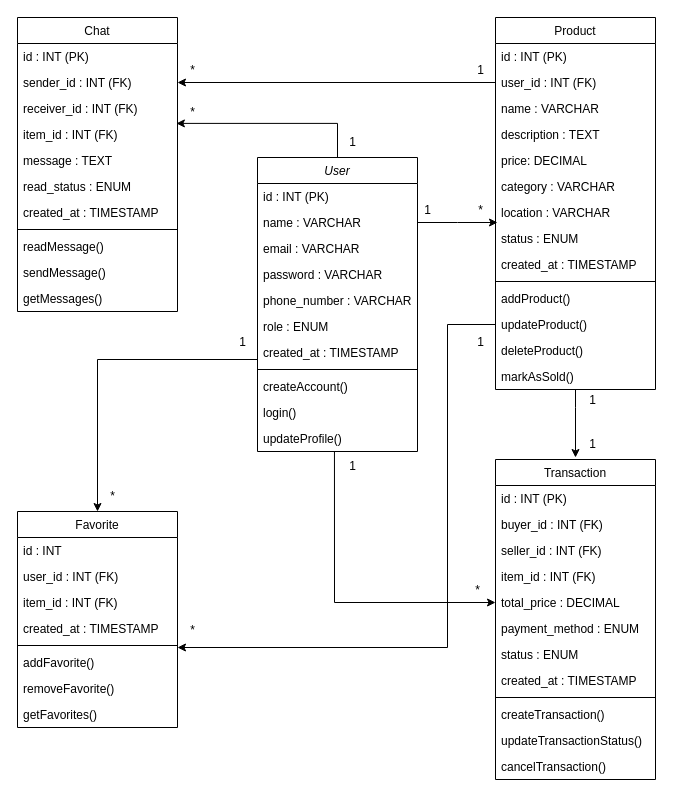
Earlier version of the draw.io diagram Untitled Diagram.drawio (Al1en131/Note-App). Source tidied: cells renumbered, new cells numbered last; positions are measured from the earlier drawing's top-left corner, leaving out a move shared by most shapes. Both pictures are drawn from the tidied source at 100%, with x=0, y=0 at pixel (17, 17).
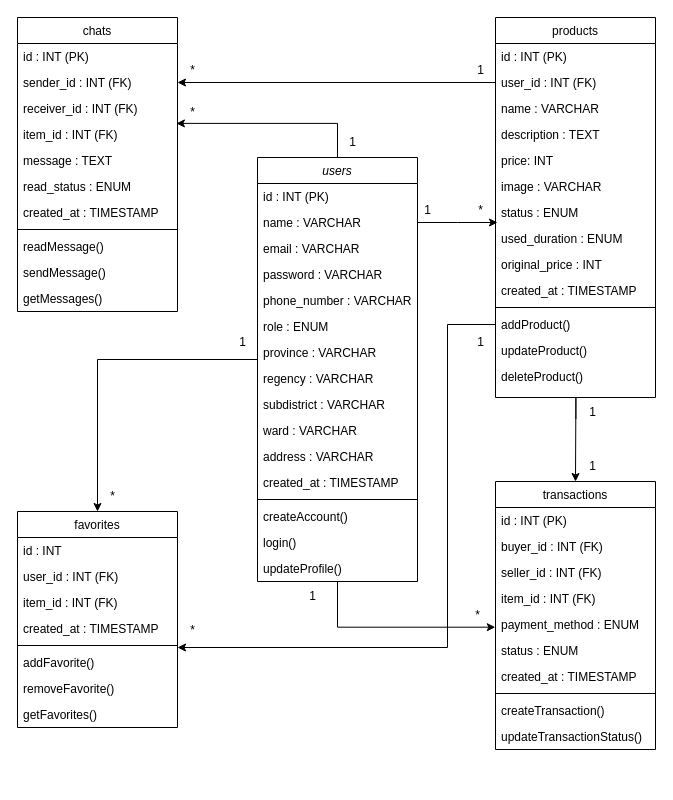
After the change.

What changed in the source:
```diff
@@
-    <mxCell id="2" value="User" style="swimlane;fontStyle=2;align=center;verticalAlign=top;horizontal=1;startSize=26;rounded=0;shadow=0;strokeWidth=1;" parent="1" vertex="1">
-      <mxGeometry x="240" y="140" width="160" height="294" as="geometry" />
+    <mxCell id="2" value="users" style="swimlane;fontStyle=2;align=center;verticalAlign=top;horizontal=1;startSize=26;rounded=0;shadow=0;strokeWidth=1;" parent="1" vertex="1">
+      <mxGeometry x="240" y="140" width="160" height="424" as="geometry" />
     </mxCell>
@@
+    <mxCell id="85" value="province : VARCHAR" style="text;align=left;verticalAlign=top;spacingLeft=4;spacingRight=4;overflow=hidden;rounded=0;shadow=0;html=0;" parent="2" vertex="1">
+      <mxGeometry y="182" width="160" height="26" as="geometry" />
+    </mxCell>
+    <mxCell id="86" value="regency : VARCHAR" style="text;align=left;verticalAlign=top;spacingLeft=4;spacingRight=4;overflow=hidden;rounded=0;shadow=0;html=0;" parent="2" vertex="1">
+      <mxGeometry y="208" width="160" height="26" as="geometry" />
+    </mxCell>
+    <mxCell id="87" value="subdistrict : VARCHAR" style="text;align=left;verticalAlign=top;spacingLeft=4;spacingRight=4;overflow=hidden;rounded=0;shadow=0;html=0;" parent="2" vertex="1">
+      <mxGeometry y="234" width="160" height="26" as="geometry" />
+    </mxCell>
+    <mxCell id="88" value="ward : VARCHAR" style="text;align=left;verticalAlign=top;spacingLeft=4;spacingRight=4;overflow=hidden;rounded=0;shadow=0;html=0;" parent="2" vertex="1">
+      <mxGeometry y="260" width="160" height="26" as="geometry" />
+    </mxCell>
+    <mxCell id="89" value="address : VARCHAR" style="text;align=left;verticalAlign=top;spacingLeft=4;spacingRight=4;overflow=hidden;rounded=0;shadow=0;html=0;" parent="2" vertex="1">
+      <mxGeometry y="286" width="160" height="26" as="geometry" />
+    </mxCell>
     <mxCell id="9" value="created_at : TIMESTAMP" style="text;align=left;verticalAlign=top;spacingLeft=4;spacingRight=4;overflow=hidden;rounded=0;shadow=0;html=0;" parent="2" vertex="1">
-      <mxGeometry y="182" width="160" height="26" as="geometry" />
+      <mxGeometry y="312" width="160" height="26" as="geometry" />
     </mxCell>
     <mxCell id="10" style="line;html=1;strokeWidth=1;align=left;verticalAlign=middle;spacingTop=-1;spacingLeft=3;spacingRight=3;labelPosition=right;" parent="2" vertex="1">
-      <mxGeometry y="208" width="160" height="8" as="geometry" />
+      <mxGeometry y="338" width="160" height="8" as="geometry" />
     </mxCell>
     <mxCell id="11" value="createAccount()" style="text;align=left;verticalAlign=top;spacingLeft=4;spacingRight=4;overflow=hidden;" parent="2" vertex="1">
-      <mxGeometry y="216" width="160" height="26" as="geometry" />
+      <mxGeometry y="346" width="160" height="26" as="geometry" />
     </mxCell>
     <mxCell id="12" value="login()" style="text;align=left;verticalAlign=top;spacingLeft=4;spacingRight=4;overflow=hidden;" parent="2" vertex="1">
-      <mxGeometry y="242" width="160" height="26" as="geometry" />
+      <mxGeometry y="372" width="160" height="26" as="geometry" />
     </mxCell>
     <mxCell id="13" value="updateProfile()" style="text;align=left;verticalAlign=top;spacingLeft=4;spacingRight=4;overflow=hidden;points=[[0,0.5],[1,0.5]];portConstraint=eastwest;" parent="2" vertex="1">
-      <mxGeometry y="268" width="160" height="26" as="geometry" />
+      <mxGeometry y="398" width="160" height="26" as="geometry" />
     </mxCell>
-    <mxCell id="14" value="Favorite" style="swimlane;fontStyle=0;align=center;verticalAlign=top;horizontal=1;startSize=26;rounded=0;shadow=0;strokeWidth=1;" parent="1" vertex="1">
+    <mxCell id="14" value="favorites" style="swimlane;fontStyle=0;align=center;verticalAlign=top;horizontal=1;startSize=26;rounded=0;shadow=0;strokeWidth=1;" parent="1" vertex="1">
       <mxGeometry y="494" width="160" height="216" as="geometry" />
     </mxCell>
@@
-    <mxCell id="23" value="Chat" style="swimlane;fontStyle=0;align=center;verticalAlign=top;horizontal=1;startSize=26;rounded=0;shadow=0;strokeWidth=1;" parent="1" vertex="1">
+    <mxCell id="23" value="chats" style="swimlane;fontStyle=0;align=center;verticalAlign=top;horizontal=1;startSize=26;rounded=0;shadow=0;strokeWidth=1;" parent="1" vertex="1">
       <mxGeometry width="160" height="294" as="geometry" />
     </mxCell>
@@
-    <mxCell id="35" style="edgeStyle=orthogonalEdgeStyle;rounded=0;jettySize=auto;html=1;exitX=0.5;exitY=1;exitDx=0;exitDy=0;" parent="1" edge="1" source="36">
-      <mxGeometry relative="1" as="geometry">
-        <mxPoint x="558" y="371.8" as="targetPoint" />
-      </mxGeometry>
-    </mxCell>
-    <mxCell id="36" value="Product" style="swimlane;fontStyle=0;align=center;verticalAlign=top;horizontal=1;startSize=26;rounded=0;shadow=0;strokeWidth=1;" parent="1" vertex="1">
-      <mxGeometry x="478" width="160" height="372" as="geometry" />
+    <mxCell id="36" value="products" style="swimlane;fontStyle=0;align=center;verticalAlign=top;horizontal=1;startSize=26;rounded=0;shadow=0;strokeWidth=1;" parent="1" vertex="1">
+      <mxGeometry x="478" width="160" height="380" as="geometry" />
     </mxCell>
@@
-    <mxCell id="41" value="price: DECIMAL" style="text;align=left;verticalAlign=top;spacingLeft=4;spacingRight=4;overflow=hidden;rounded=0;shadow=0;html=0;" parent="36" vertex="1">
+    <mxCell id="41" value="price: INT" style="text;align=left;verticalAlign=top;spacingLeft=4;spacingRight=4;overflow=hidden;rounded=0;shadow=0;html=0;" parent="36" vertex="1">
       <mxGeometry y="130" width="160" height="26" as="geometry" />
     </mxCell>
-    <mxCell id="42" value="category : VARCHAR" style="text;align=left;verticalAlign=top;spacingLeft=4;spacingRight=4;overflow=hidden;rounded=0;shadow=0;html=0;" parent="36" vertex="1">
-      <mxGeometry y="156" width="160" height="26" as="geometry" />
-    </mxCell>
-    <mxCell id="43" value="location : VARCHAR" style="text;align=left;verticalAlign=top;spacingLeft=4;spacingRight=4;overflow=hidden;rounded=0;shadow=0;html=0;" parent="36" vertex="1">
-      <mxGeometry y="182" width="160" height="26" as="geometry" />
+    <mxCell id="43" value="image : VARCHAR" style="text;align=left;verticalAlign=top;spacingLeft=4;spacingRight=4;overflow=hidden;rounded=0;shadow=0;html=0;" parent="36" vertex="1">
+      <mxGeometry y="156" width="160" height="26" as="geometry" />
     </mxCell>
     <mxCell id="44" value="status : ENUM" style="text;align=left;verticalAlign=top;spacingLeft=4;spacingRight=4;overflow=hidden;rounded=0;shadow=0;html=0;" parent="36" vertex="1">
-      <mxGeometry y="208" width="160" height="26" as="geometry" />
+      <mxGeometry y="182" width="160" height="26" as="geometry" />
     </mxCell>
+    <mxCell id="90" value="used_duration : ENUM" style="text;align=left;verticalAlign=top;spacingLeft=4;spacingRight=4;overflow=hidden;rounded=0;shadow=0;html=0;" parent="36" vertex="1">
+      <mxGeometry y="208" width="160" height="26" as="geometry" />
+    </mxCell>
+    <mxCell id="91" value="original_price : INT" style="text;align=left;verticalAlign=top;spacingLeft=4;spacingRight=4;overflow=hidden;rounded=0;shadow=0;html=0;" parent="36" vertex="1">
+      <mxGeometry y="234" width="160" height="26" as="geometry" />
+    </mxCell>
     <mxCell id="45" value="created_at : TIMESTAMP" style="text;align=left;verticalAlign=top;spacingLeft=4;spacingRight=4;overflow=hidden;rounded=0;shadow=0;html=0;" parent="36" vertex="1">
-      <mxGeometry y="234" width="160" height="26" as="geometry" />
+      <mxGeometry y="260" width="160" height="26" as="geometry" />
     </mxCell>
     <mxCell id="46" style="line;html=1;strokeWidth=1;align=left;verticalAlign=middle;spacingTop=-1;spacingLeft=3;spacingRight=3;labelPosition=right;" parent="36" vertex="1">
-      <mxGeometry y="260" width="160" height="8" as="geometry" />
+      <mxGeometry y="286" width="160" height="8" as="geometry" />
     </mxCell>
     <mxCell id="47" value="addProduct()" style="text;align=left;verticalAlign=top;spacingLeft=4;spacingRight=4;overflow=hidden;" parent="36" vertex="1">
-      <mxGeometry y="268" width="160" height="26" as="geometry" />
+      <mxGeometry y="294" width="160" height="26" as="geometry" />
     </mxCell>
     <mxCell id="48" value="updateProduct()" style="text;align=left;verticalAlign=top;spacingLeft=4;spacingRight=4;overflow=hidden;points=[[0,0.5],[1,0.5]];portConstraint=eastwest;" parent="36" vertex="1">
-      <mxGeometry y="294" width="160" height="26" as="geometry" />
+      <mxGeometry y="320" width="160" height="26" as="geometry" />
     </mxCell>
     <mxCell id="49" value="deleteProduct()" style="text;align=left;verticalAlign=top;spacingLeft=4;spacingRight=4;overflow=hidden;rounded=0;shadow=0;html=0;" parent="36" vertex="1">
-      <mxGeometry y="320" width="160" height="26" as="geometry" />
+      <mxGeometry y="346" width="160" height="26" as="geometry" />
     </mxCell>
-    <mxCell id="50" style="edgeStyle=orthogonalEdgeStyle;rounded=0;jettySize=auto;html=1;" parent="36" edge="1" source="51">
-      <mxGeometry relative="1" as="geometry">
-        <mxPoint x="80" y="440" as="targetPoint" />
-        <Array as="points">
-          <mxPoint x="80" y="390" />
-          <mxPoint x="80" y="390" />
-        </Array>
-      </mxGeometry>
-    </mxCell>
-    <mxCell id="51" value="markAsSold()" style="text;align=left;verticalAlign=top;spacingLeft=4;spacingRight=4;overflow=hidden;points=[[0,0.5],[1,0.5]];portConstraint=eastwest;rounded=0;shadow=0;html=0;" parent="36" vertex="1">
-      <mxGeometry y="346" width="160" height="26" as="geometry" />
-    </mxCell>
-    <mxCell id="52" value="Transaction" style="swimlane;fontStyle=0;align=center;verticalAlign=top;horizontal=1;startSize=26;rounded=0;shadow=0;strokeWidth=1;" parent="1" vertex="1">
-      <mxGeometry x="478" y="442" width="160" height="320" as="geometry" />
+    <mxCell id="52" value="transactions" style="swimlane;fontStyle=0;align=center;verticalAlign=top;horizontal=1;startSize=26;rounded=0;shadow=0;strokeWidth=1;" parent="1" vertex="1">
+      <mxGeometry x="478" y="464" width="160" height="268" as="geometry" />
     </mxCell>
@@
-    <mxCell id="57" value="total_price : DECIMAL" style="text;align=left;verticalAlign=top;spacingLeft=4;spacingRight=4;overflow=hidden;points=[[0,0.5],[1,0.5]];portConstraint=eastwest;rounded=0;shadow=0;html=0;" parent="52" vertex="1">
-      <mxGeometry y="130" width="160" height="26" as="geometry" />
-    </mxCell>
     <mxCell id="58" value="payment_method : ENUM" style="text;align=left;verticalAlign=top;spacingLeft=4;spacingRight=4;overflow=hidden;rounded=0;shadow=0;html=0;" parent="52" vertex="1">
-      <mxGeometry y="156" width="160" height="26" as="geometry" />
+      <mxGeometry y="130" width="160" height="26" as="geometry" />
     </mxCell>
     <mxCell id="59" value="status : ENUM" style="text;align=left;verticalAlign=top;spacingLeft=4;spacingRight=4;overflow=hidden;rounded=0;shadow=0;html=0;" parent="52" vertex="1">
-      <mxGeometry y="182" width="160" height="26" as="geometry" />
+      <mxGeometry y="156" width="160" height="26" as="geometry" />
     </mxCell>
     <mxCell id="60" value="created_at : TIMESTAMP" style="text;align=left;verticalAlign=top;spacingLeft=4;spacingRight=4;overflow=hidden;rounded=0;shadow=0;html=0;" parent="52" vertex="1">
-      <mxGeometry y="208" width="160" height="26" as="geometry" />
+      <mxGeometry y="182" width="160" height="26" as="geometry" />
     </mxCell>
     <mxCell id="61" style="line;html=1;strokeWidth=1;align=left;verticalAlign=middle;spacingTop=-1;spacingLeft=3;spacingRight=3;labelPosition=right;" parent="52" vertex="1">
-      <mxGeometry y="234" width="160" height="8" as="geometry" />
+      <mxGeometry y="208" width="160" height="8" as="geometry" />
     </mxCell>
     <mxCell id="62" value="createTransaction()" style="text;align=left;verticalAlign=top;spacingLeft=4;spacingRight=4;overflow=hidden;" parent="52" vertex="1">
-      <mxGeometry y="242" width="160" height="26" as="geometry" />
+      <mxGeometry y="216" width="160" height="26" as="geometry" />
     </mxCell>
     <mxCell id="63" value="updateTransactionStatus()" style="text;align=left;verticalAlign=top;spacingLeft=4;spacingRight=4;overflow=hidden;" parent="52" vertex="1">
-      <mxGeometry y="268" width="160" height="26" as="geometry" />
+      <mxGeometry y="242" width="160" height="26" as="geometry" />
     </mxCell>
-    <mxCell id="64" value="cancelTransaction()" style="text;align=left;verticalAlign=top;spacingLeft=4;spacingRight=4;overflow=hidden;rounded=0;shadow=0;html=0;" parent="52" vertex="1">
-      <mxGeometry y="294" width="160" height="26" as="geometry" />
-    </mxCell>
@@
-    <mxCell id="66" style="edgeStyle=orthogonalEdgeStyle;rounded=0;jettySize=auto;html=1;entryX=0;entryY=0.5;entryDx=0;entryDy=0;exitX=0.481;exitY=0.987;exitDx=0;exitDy=0;exitPerimeter=0;" parent="1" edge="1" source="13" target="57">
+    <mxCell id="66" style="edgeStyle=orthogonalEdgeStyle;rounded=0;jettySize=auto;html=1;entryX=-0.02;entryY=0.195;entryDx=0;entryDy=0;entryPerimeter=0;exitX=0.5;exitY=1;exitDx=0;exitDy=0;" parent="1" edge="1" source="2">
       <mxGeometry relative="1" as="geometry">
+        <mxPoint x="477.8" y="609.7" as="targetPoint" />
         <Array as="points">
-          <mxPoint x="317" y="585" />
+          <mxPoint x="320" y="610" />
         </Array>
       </mxGeometry>
     </mxCell>
@@
     <mxCell id="70" value="1" style="text;html=1;align=center;verticalAlign=middle;points=[];strokeColor=none;fillColor=none;" parent="1" vertex="1">
-      <mxGeometry x="560" y="368" width="30" height="30" as="geometry" />
+      <mxGeometry x="560" y="380" width="30" height="30" as="geometry" />
     </mxCell>
     <mxCell id="71" value="1" style="text;html=1;align=center;verticalAlign=middle;strokeColor=none;fillColor=none;" parent="1" vertex="1">
-      <mxGeometry x="560" y="412" width="30" height="30" as="geometry" />
+      <mxGeometry x="560" y="434" width="30" height="30" as="geometry" />
     </mxCell>
     <mxCell id="72" value="1" style="text;html=1;align=center;verticalAlign=middle;strokeColor=none;fillColor=none;" parent="1" vertex="1">
-      <mxGeometry x="320" y="434" width="30" height="30" as="geometry" />
+      <mxGeometry x="280" y="564" width="30" height="30" as="geometry" />
     </mxCell>
     <mxCell id="73" value="*" style="text;html=1;align=center;verticalAlign=middle;strokeColor=none;fillColor=none;" parent="1" vertex="1">
-      <mxGeometry x="445" y="558" width="30" height="30" as="geometry" />
+      <mxGeometry x="445" y="583" width="30" height="30" as="geometry" />
     </mxCell>
@@
+    <mxCell id="50" style="edgeStyle=orthogonalEdgeStyle;rounded=0;jettySize=auto;html=1;exitX=-0.053;exitY=0.718;exitDx=0;exitDy=0;exitPerimeter=0;entryX=0.5;entryY=0;entryDx=0;entryDy=0;" parent="1" edge="1" source="70" target="52">
+      <mxGeometry relative="1" as="geometry">
+        <Array as="points">
+          <mxPoint x="558" y="380" />
+        </Array>
+      </mxGeometry>
+    </mxCell>
```
